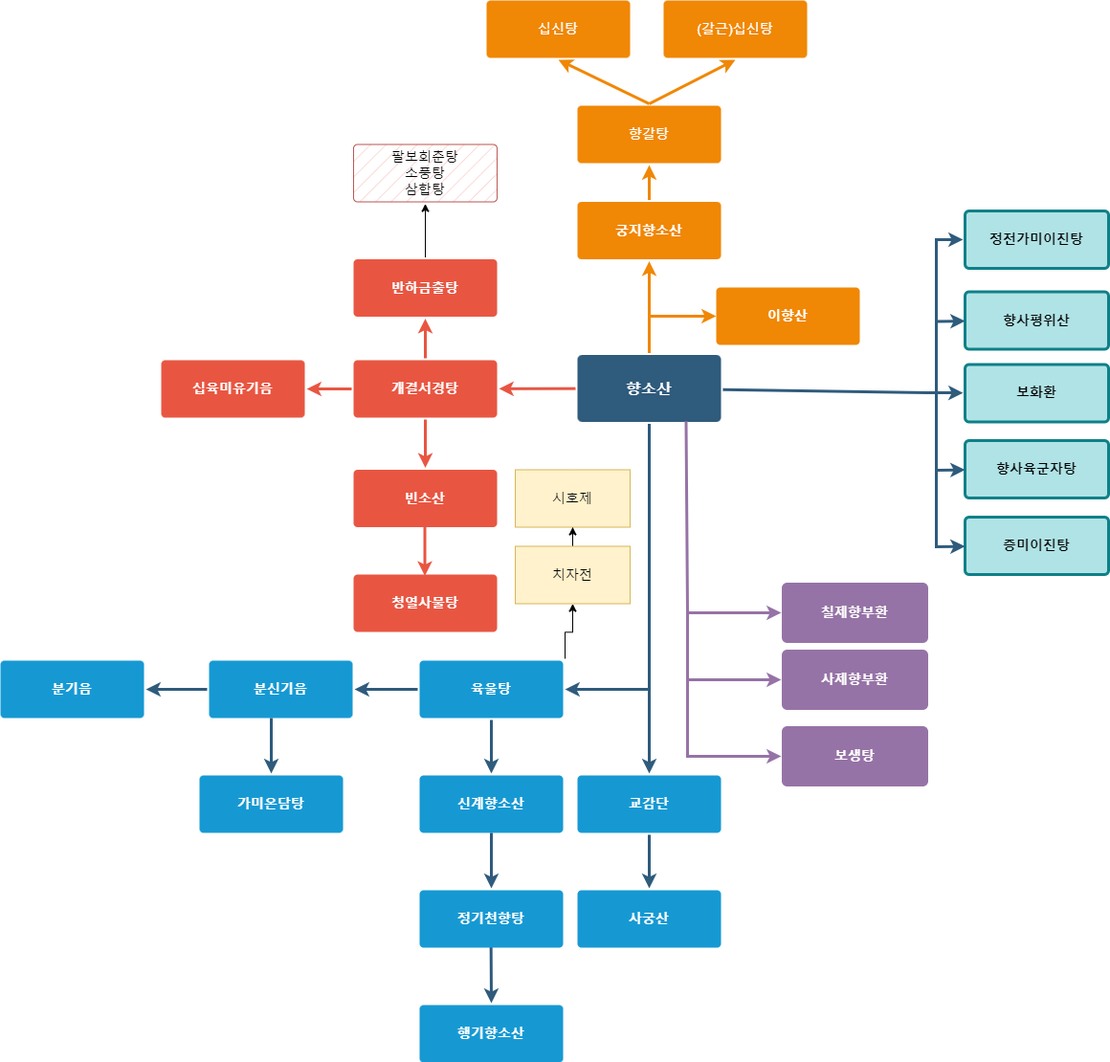
Earlier version of the draw.io export 향소산플로우차트.drawio.png (Jinzin71/sparta). Source tidied: cells renumbered, new cells last; positions are measured from the earlier drawing's top-left corner, leaving out a move shared by most shapes.
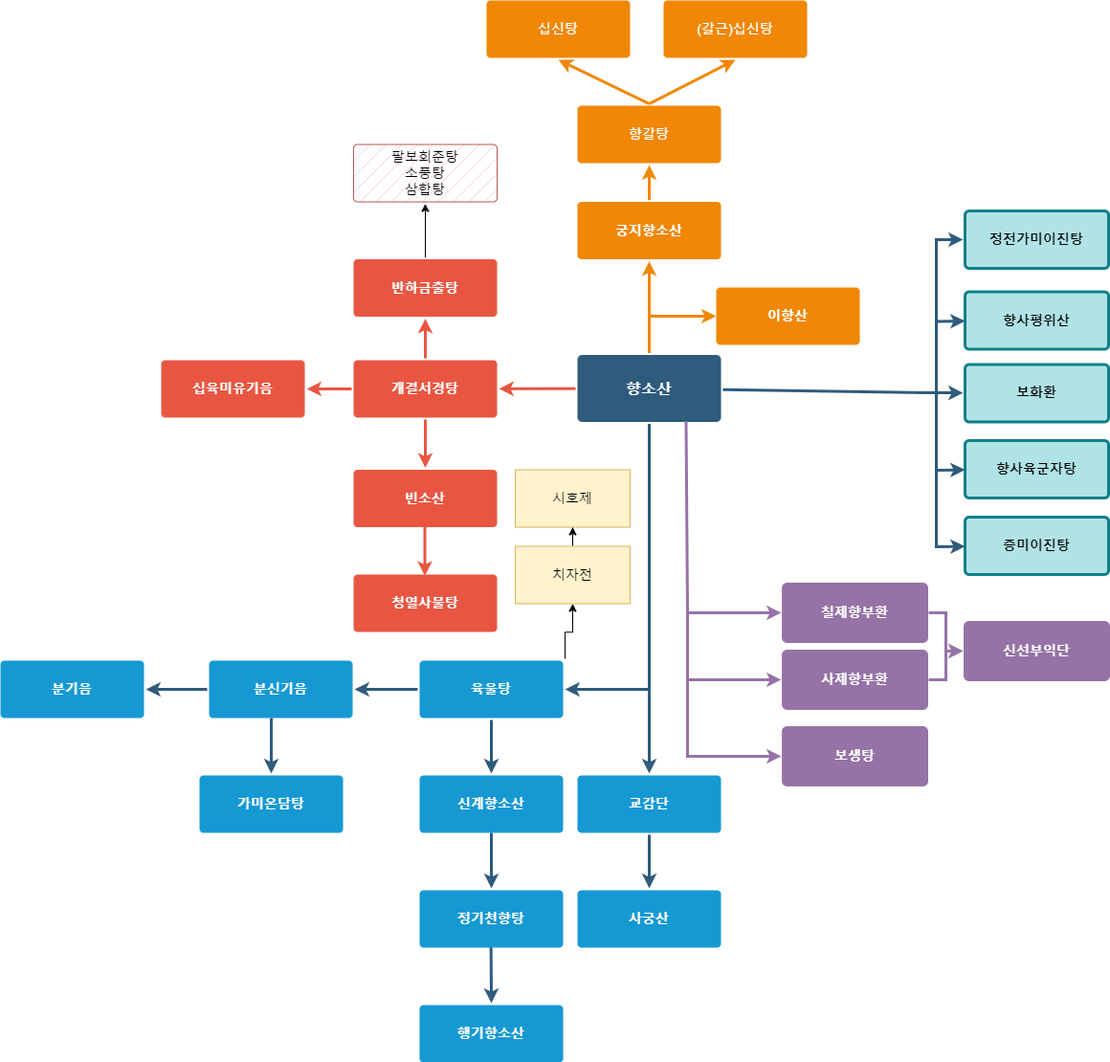
After the change.

Commit message:
향소산플로우차트.drawio.png 업데이트

Change to the diagram source:
```diff
@@ -110,6 +110,9 @@
         </Array>
       </mxGeometry>
     </mxCell>
+    <mxCell id="64" style="edgeStyle=orthogonalEdgeStyle;rounded=0;jettySize=auto;html=1;strokeWidth=3;strokeColor=#9673A6;" parent="1" edge="1" source="32" target="66">
+      <mxGeometry relative="1" as="geometry" />
+    </mxCell>
     <mxCell id="32" value="&lt;font color=&quot;#ffffff&quot;&gt;칠제향부환&lt;/font&gt;" style="rounded=1;whiteSpace=wrap;html=1;shadow=0;labelBackgroundColor=none;strokeColor=#9673A6;strokeWidth=3;fillColor=#9673A6;fontFamily=Helvetica;fontSize=14;align=center;spacing=5;fontStyle=1;arcSize=7;perimeterSpacing=2;" parent="1" vertex="1">
       <mxGeometry x="818" y="610" width="150" height="60" as="geometry" />
     </mxCell>
@@ -121,6 +124,9 @@
         </Array>
       </mxGeometry>
     </mxCell>
+    <mxCell id="65" style="edgeStyle=orthogonalEdgeStyle;rounded=0;jettySize=auto;html=1;entryX=0;entryY=0.5;entryDx=0;entryDy=0;strokeWidth=3;strokeColor=#9673A6;" parent="1" edge="1" source="34" target="66">
+      <mxGeometry relative="1" as="geometry" />
+    </mxCell>
     <mxCell id="34" value="&lt;font color=&quot;#ffffff&quot;&gt;사제향부환&lt;/font&gt;" style="rounded=1;whiteSpace=wrap;html=1;shadow=0;labelBackgroundColor=none;strokeColor=#9673a6;strokeWidth=3;fillColor=#9673A6;fontFamily=Helvetica;fontSize=14;align=center;spacing=5;fontStyle=1;arcSize=7;perimeterSpacing=2;" parent="1" vertex="1">
       <mxGeometry x="818" y="680" width="150" height="60" as="geometry" />
     </mxCell>
@@ -254,5 +260,8 @@
     <mxCell id="63" value="&lt;font color=&quot;#ffffff&quot;&gt;보생탕&lt;/font&gt;" style="rounded=1;whiteSpace=wrap;html=1;shadow=0;labelBackgroundColor=none;strokeColor=#9673a6;strokeWidth=3;fillColor=#9673A6;fontFamily=Helvetica;fontSize=14;align=center;spacing=5;fontStyle=1;arcSize=7;perimeterSpacing=2;" parent="1" vertex="1">
       <mxGeometry x="818" y="760" width="150" height="60" as="geometry" />
     </mxCell>
+    <mxCell id="66" value="&lt;font color=&quot;#ffffff&quot;&gt;신선부익단&lt;/font&gt;" style="rounded=1;whiteSpace=wrap;html=1;shadow=0;labelBackgroundColor=none;strokeColor=#9673A6;strokeWidth=3;fillColor=#9673A6;fontFamily=Helvetica;fontSize=14;align=center;spacing=5;fontStyle=1;arcSize=7;perimeterSpacing=2;" parent="1" vertex="1">
+      <mxGeometry x="1008" y="650" width="150" height="60" as="geometry" />
+    </mxCell>
   </root>
 </mxGraphModel>
```
